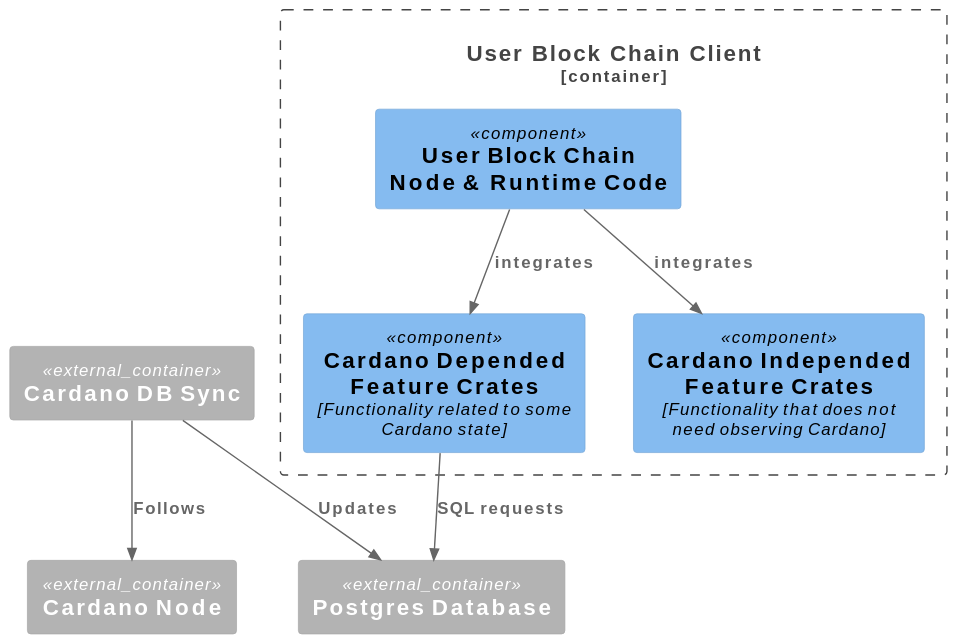
This is docs/diagrams/c4/node_component.svg from input-output-hk/partner-chains, a PlantUML export, as it was before one commit. The source it was exported from:
```plantuml
@startuml
!include https://raw.githubusercontent.com/plantuml-stdlib/C4-PlantUML/master/C4_Component.puml

Container_Boundary(user_blockchain, "User Block Chain Client") {
  Component(user_node_and_runtime, "User Block Chain Node & Runtime Code")
  Component(cardano_dependent_feature, "Cardano Depended Feature Crates", "Functionality related to some Cardano state")
  Component(cardano_independent_feature, "Cardano Independed Feature Crates", "Functionality that does not need observing Cardano")
}

Container_Ext(postgres, "Postgres Database")
Container_Ext(cardano_db_sync, "Cardano DB Sync")
Container_Ext(cardano_node, "Cardano Node")

Rel(user_node_and_runtime, cardano_dependent_feature, "integrates")
Rel(user_node_and_runtime, cardano_independent_feature, "integrates")
Rel(cardano_db_sync, postgres, "Updates")
Rel(cardano_db_sync, cardano_node, "Follows")
Rel(cardano_dependent_feature, postgres, "SQL requests")
@enduml
```
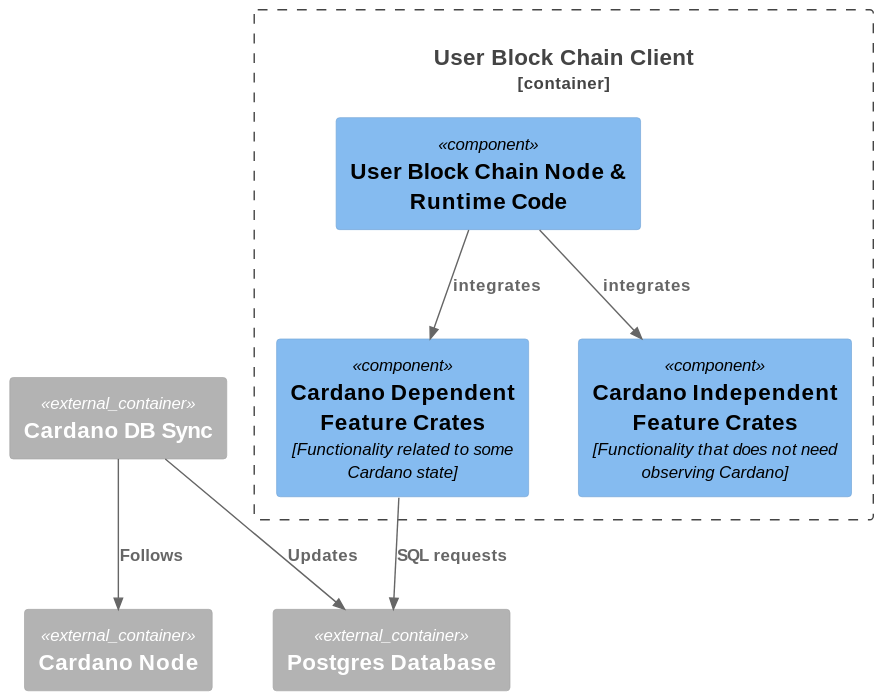
The same file after the commit.

The edit, as a diff of the source:
```diff
@@ -3,8 +3,8 @@
 
 Container_Boundary(user_blockchain, "User Block Chain Client") {
   Component(user_node_and_runtime, "User Block Chain Node & Runtime Code")
-  Component(cardano_dependent_feature, "Cardano Depended Feature Crates", "Functionality related to some Cardano state")
-  Component(cardano_independent_feature, "Cardano Independed Feature Crates", "Functionality that does not need observing Cardano")
+  Component(cardano_dependent_feature, "Cardano Dependent Feature Crates", "Functionality related to some Cardano state")
+  Component(cardano_independent_feature, "Cardano Independent Feature Crates", "Functionality that does not need observing Cardano")
 }
 
 Container_Ext(postgres, "Postgres Database")
```
